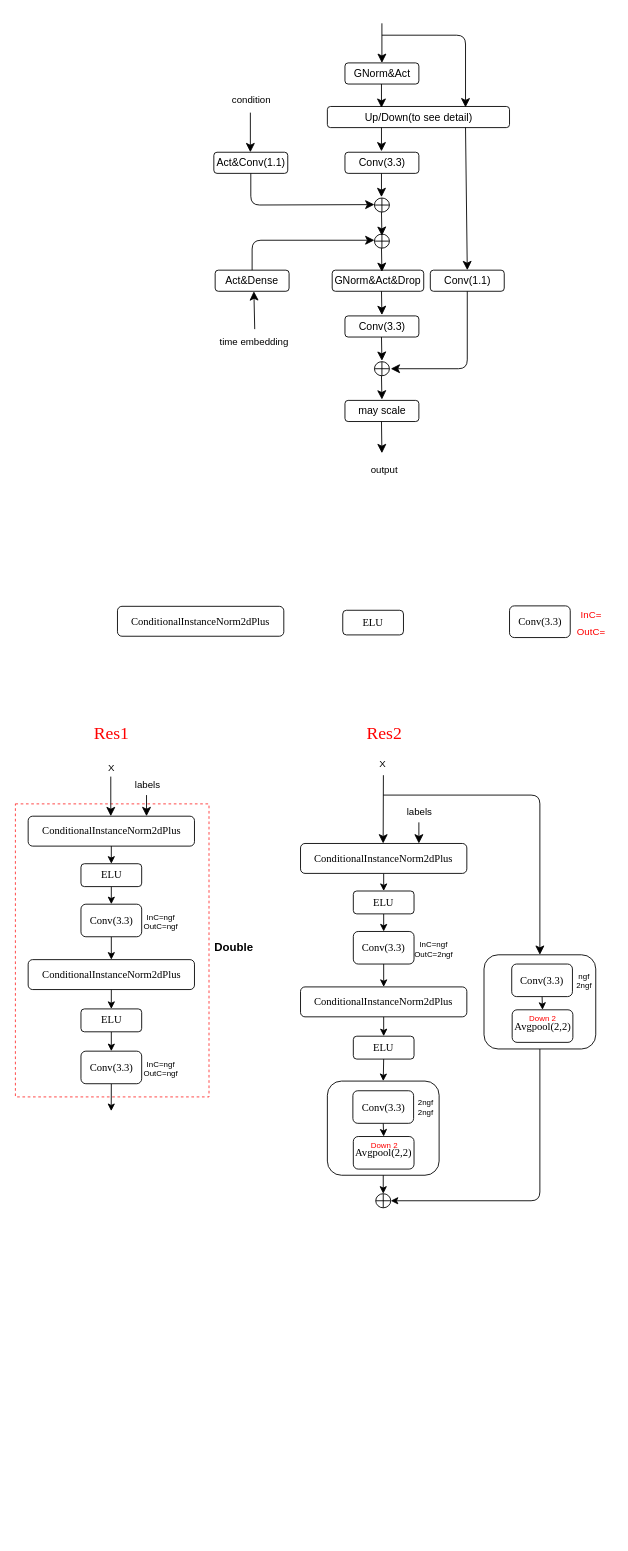
The draw.io diagram NCSNs/ScoresNet.drawio in chenjiahes/small_module, before the edit. Source tidied: cells renumbered, new cells numbered last; positions are measured from the earlier drawing's top-left corner, leaving out a move shared by most shapes. Both pictures are drawn from the tidied source at 88%, with x=0, y=0 at pixel (15, 23).
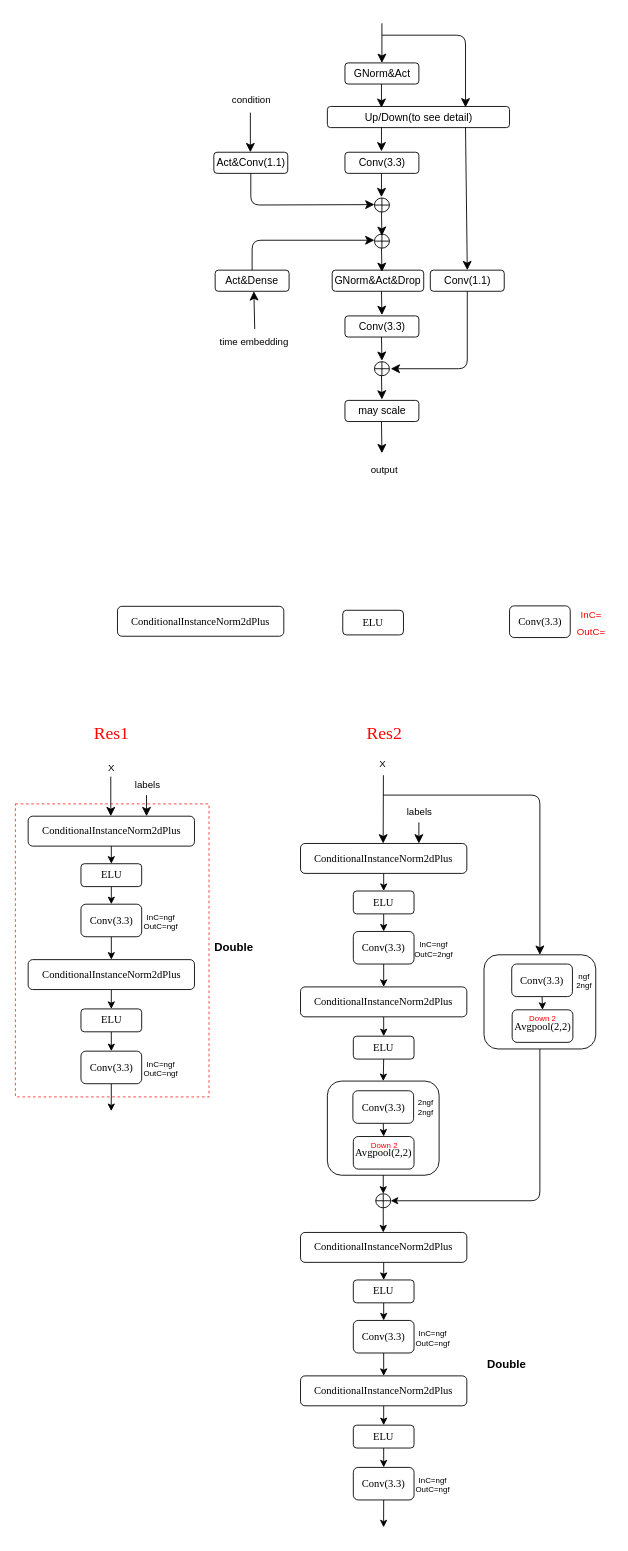
The same diagram, later.

Unchanged cells that the change refers to:
```xml
<mxCell id="82" style="shape=orEllipse;perimeter=ellipsePerimeter;whiteSpace=wrap;html=1;backgroundOutline=1;rounded=1;labelBackgroundColor=none;" parent="1" vertex="1">
  <mxGeometry x="409.5" y="1330" width="17" height="16" as="geometry" />
</mxCell>
```

What changed in the source:
```diff
@@
+    <mxCell id="91" style="edgeStyle=elbowEdgeStyle;rounded=1;jettySize=auto;html=1;exitX=0.5;exitY=1;exitDx=0;exitDy=0;entryX=0.5;entryY=0;entryDx=0;entryDy=0;" parent="1" edge="1" source="82" target="93">
+      <mxGeometry relative="1" as="geometry" />
+    </mxCell>
@@
+    <mxCell id="92" style="edgeStyle=orthogonalEdgeStyle;rounded=1;jettySize=auto;html=1;exitX=0.5;exitY=1;exitDx=0;exitDy=0;entryX=0.5;entryY=0;entryDx=0;entryDy=0;" parent="1" edge="1" source="93" target="98">
+      <mxGeometry relative="1" as="geometry" />
+    </mxCell>
+    <mxCell id="93" value="&lt;font face=&quot;Times New Roman&quot;&gt;ConditionalInstanceNorm2dPlus&lt;/font&gt;" style="rounded=1;whiteSpace=wrap;html=1;" parent="1" vertex="1">
+      <mxGeometry x="324" y="1374" width="189" height="34" as="geometry" />
+    </mxCell>
+    <mxCell id="94" style="edgeStyle=orthogonalEdgeStyle;rounded=1;jettySize=auto;html=1;exitX=0.5;exitY=1;exitDx=0;exitDy=0;entryX=0.5;entryY=0;entryDx=0;entryDy=0;" parent="1" edge="1" source="95" target="100">
+      <mxGeometry relative="1" as="geometry" />
+    </mxCell>
+    <mxCell id="95" value="&lt;font face=&quot;Times New Roman&quot;&gt;Conv(3.3)&lt;/font&gt;" style="rounded=1;whiteSpace=wrap;html=1;" parent="1" vertex="1">
+      <mxGeometry x="384" y="1474" width="69" height="37" as="geometry" />
+    </mxCell>
+    <mxCell id="96" value="&lt;font style=&quot;font-size: 9px;&quot;&gt;&lt;span style=&quot;font-size: 9px;&quot;&gt;InC=ngf&lt;/span&gt;&lt;/font&gt;&lt;div style=&quot;font-size: 9px;&quot;&gt;&lt;font style=&quot;font-size: 9px;&quot;&gt;&lt;span style=&quot;font-size: 9px;&quot;&gt;OutC=ngf&lt;/span&gt;&lt;/font&gt;&lt;/div&gt;" style="text;html=1;align=center;verticalAlign=middle;strokeColor=none;fillColor=none;fontSize=9;rounded=1;labelBackgroundColor=none;" parent="1" vertex="1">
+      <mxGeometry x="445.5" y="1476.5" width="57" height="34" as="geometry" />
+    </mxCell>
+    <mxCell id="97" style="edgeStyle=orthogonalEdgeStyle;rounded=1;jettySize=auto;html=1;exitX=0.5;exitY=1;exitDx=0;exitDy=0;entryX=0.5;entryY=0;entryDx=0;entryDy=0;" parent="1" edge="1" source="98" target="95">
+      <mxGeometry relative="1" as="geometry" />
+    </mxCell>
+    <mxCell id="98" value="&lt;font face=&quot;Times New Roman&quot;&gt;ELU&lt;/font&gt;" style="rounded=1;whiteSpace=wrap;html=1;" parent="1" vertex="1">
+      <mxGeometry x="384" y="1428" width="69" height="26" as="geometry" />
+    </mxCell>
+    <mxCell id="99" style="edgeStyle=orthogonalEdgeStyle;rounded=1;jettySize=auto;html=1;exitX=0.5;exitY=1;exitDx=0;exitDy=0;entryX=0.5;entryY=0;entryDx=0;entryDy=0;" parent="1" edge="1" source="100" target="102">
+      <mxGeometry relative="1" as="geometry" />
+    </mxCell>
+    <mxCell id="100" value="&lt;font face=&quot;Times New Roman&quot;&gt;ConditionalInstanceNorm2dPlus&lt;/font&gt;" style="rounded=1;whiteSpace=wrap;html=1;" parent="1" vertex="1">
+      <mxGeometry x="324" y="1537" width="189" height="34" as="geometry" />
+    </mxCell>
+    <mxCell id="101" style="edgeStyle=orthogonalEdgeStyle;rounded=1;jettySize=auto;html=1;exitX=0.5;exitY=1;exitDx=0;exitDy=0;entryX=0.5;entryY=0;entryDx=0;entryDy=0;" parent="1" edge="1" source="102" target="104">
+      <mxGeometry relative="1" as="geometry" />
+    </mxCell>
+    <mxCell id="102" value="&lt;font face=&quot;Times New Roman&quot;&gt;ELU&lt;/font&gt;" style="rounded=1;whiteSpace=wrap;html=1;" parent="1" vertex="1">
+      <mxGeometry x="384" y="1593" width="69" height="26" as="geometry" />
+    </mxCell>
+    <mxCell id="103" style="edgeStyle=orthogonalEdgeStyle;rounded=1;jettySize=auto;html=1;exitX=0.5;exitY=1;exitDx=0;exitDy=0;" parent="1" edge="1" source="104">
+      <mxGeometry relative="1" as="geometry">
+        <mxPoint x="418.4" y="1709.1" as="targetPoint" />
+      </mxGeometry>
+    </mxCell>
+    <mxCell id="104" value="&lt;font face=&quot;Times New Roman&quot;&gt;Conv(3.3)&lt;/font&gt;" style="rounded=1;whiteSpace=wrap;html=1;" parent="1" vertex="1">
+      <mxGeometry x="384" y="1641" width="69" height="37" as="geometry" />
+    </mxCell>
+    <mxCell id="105" value="&lt;font style=&quot;font-size: 9px;&quot;&gt;&lt;span style=&quot;font-size: 9px;&quot;&gt;InC=ngf&lt;/span&gt;&lt;/font&gt;&lt;div style=&quot;font-size: 9px;&quot;&gt;&lt;font style=&quot;font-size: 9px;&quot;&gt;&lt;span style=&quot;font-size: 9px;&quot;&gt;OutC=ngf&lt;/span&gt;&lt;/font&gt;&lt;/div&gt;" style="text;html=1;align=center;verticalAlign=middle;strokeColor=none;fillColor=none;fontSize=9;rounded=1;labelBackgroundColor=none;" parent="1" vertex="1">
+      <mxGeometry x="445.5" y="1644" width="57" height="34" as="geometry" />
+    </mxCell>
+    <mxCell id="106" value="&lt;font style=&quot;font-size: 13px;&quot;&gt;&lt;b&gt;Double&lt;/b&gt;&lt;/font&gt;" style="text;html=1;align=center;verticalAlign=middle;strokeColor=none;fillColor=none;fontSize=16;rounded=1;labelBackgroundColor=none;" parent="1" vertex="1">
+      <mxGeometry x="526.5" y="1506" width="62" height="31" as="geometry" />
+    </mxCell>
```
